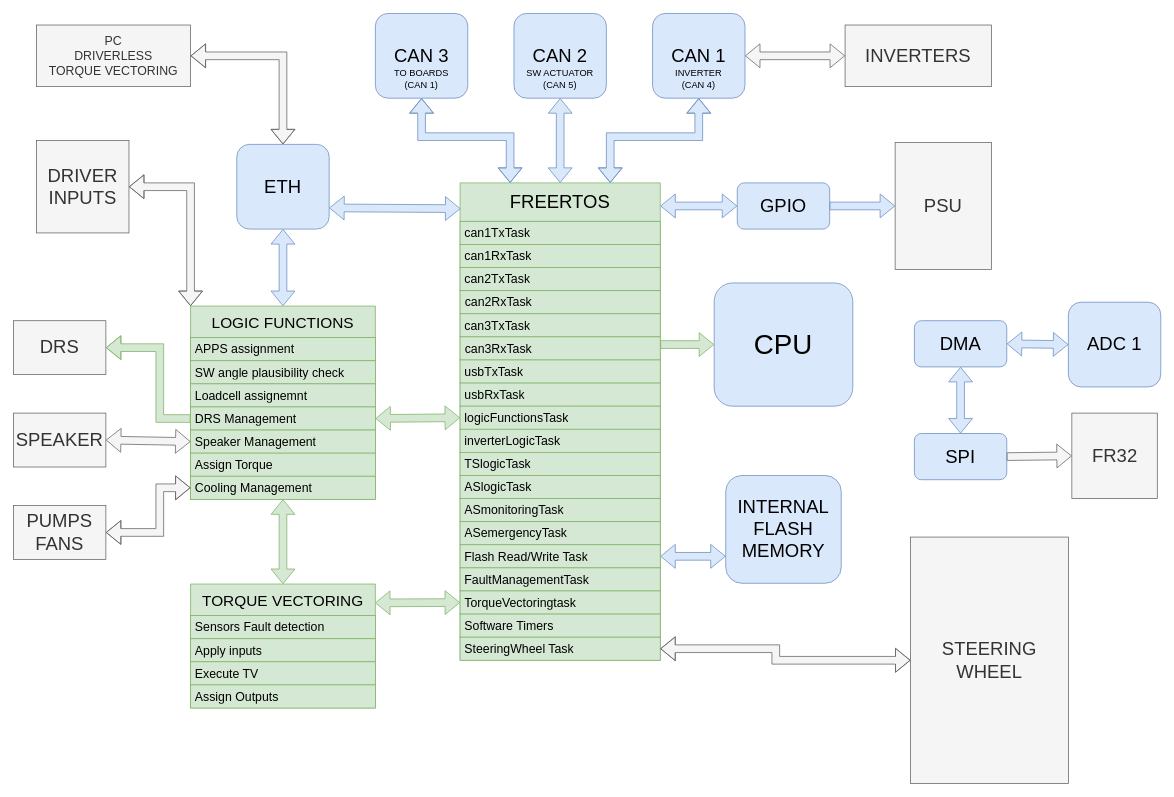
This is VCUDP15firmwareScheme.drawio from carloFerr/carloFerr, a draw.io file, before an edit. Source tidied: cells renumbered, new cells numbered last; positions are measured from the earlier drawing's top-left corner, leaving out a move shared by most shapes. Both pictures are drawn from the tidied source at 77%, with x=0, y=0 at pixel (13, 13).
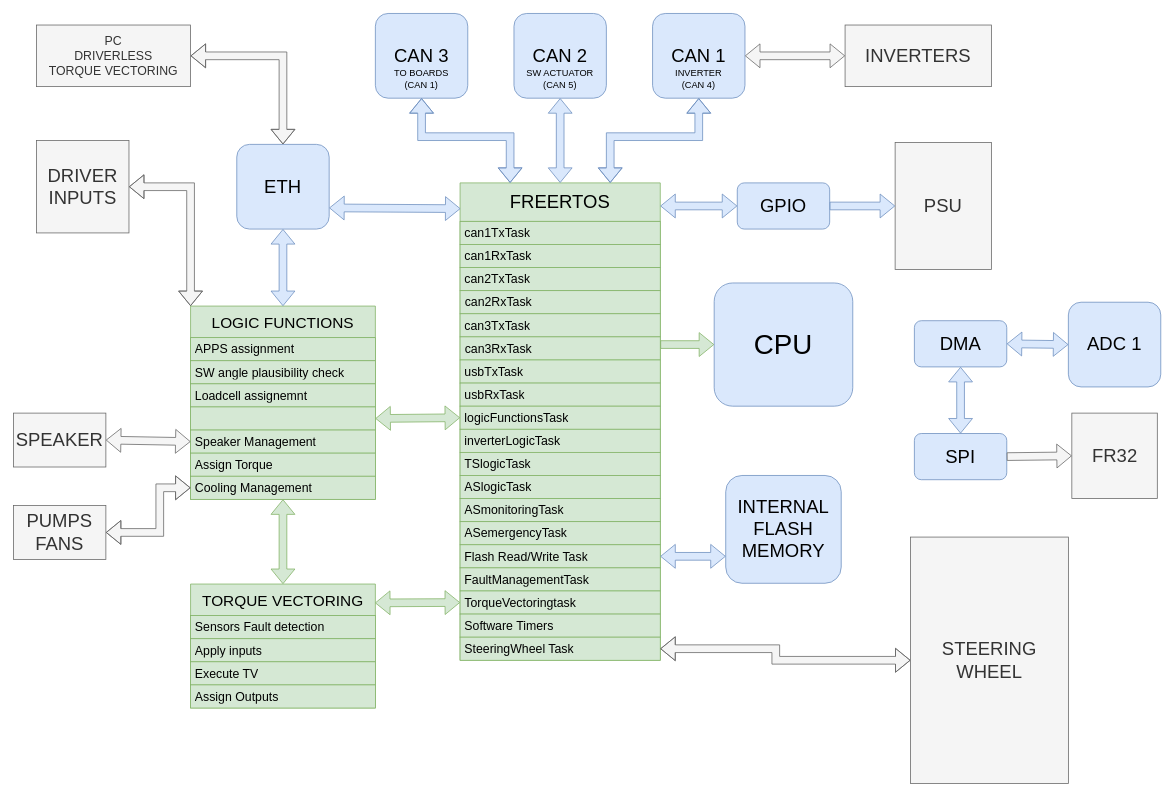
The same diagram, later.

Unchanged cells that the change refers to:
```xml
<mxCell id="35" value="&lt;font style=&quot;font-size: 20px;&quot;&gt;LOGIC FUNCTIONS&lt;/font&gt;" style="swimlane;fontStyle=0;horizontal=1;startSize=41;whiteSpace=wrap;html=1;fillColor=#d5e8d4;strokeColor=#82b366;" parent="1" vertex="1">
  <mxGeometry x="230" y="380" width="240" height="251" as="geometry" />
</mxCell>
```

Change to the diagram source:
```diff
@@
-    <mxCell id="39" value="DRS Management" style="text;strokeColor=#82b366;fillColor=#d5e8d4;align=left;verticalAlign=middle;spacingLeft=4;spacingRight=4;overflow=hidden;points=[[0,0.5],[1,0.5]];portConstraint=eastwest;whiteSpace=wrap;html=1;fontSize=16;" parent="35" vertex="1">
+    <mxCell id="39" style="text;strokeColor=#82b366;fillColor=#d5e8d4;align=left;verticalAlign=middle;spacingLeft=4;spacingRight=4;overflow=hidden;points=[[0,0.5],[1,0.5]];portConstraint=eastwest;whiteSpace=wrap;html=1;fontSize=16;" parent="35" vertex="1">
       <mxGeometry y="131" width="240" height="30" as="geometry" />
     </mxCell>
@@
-    <mxCell id="55" value="&lt;font style=&quot;font-size: 24px;&quot;&gt;DRS&lt;/font&gt;" style="rounded=0;whiteSpace=wrap;html=1;fillColor=#f5f5f5;fontColor=#333333;strokeColor=#666666;" parent="1" vertex="1">
-      <mxGeometry y="399" width="120" height="70" as="geometry" />
-    </mxCell>
-    <mxCell id="56" style="shape=flexArrow;endArrow=classic;html=1;rounded=0;exitX=0;exitY=0.5;exitDx=0;exitDy=0;entryX=1;entryY=0.5;entryDx=0;entryDy=0;fillColor=#d5e8d4;strokeColor=#82b366;" parent="1" edge="1" source="39" target="55">
-      <mxGeometry relative="1" as="geometry">
-        <Array as="points">
-          <mxPoint x="190" y="526" />
-          <mxPoint x="190" y="434" />
-        </Array>
-      </mxGeometry>
-    </mxCell>
```
